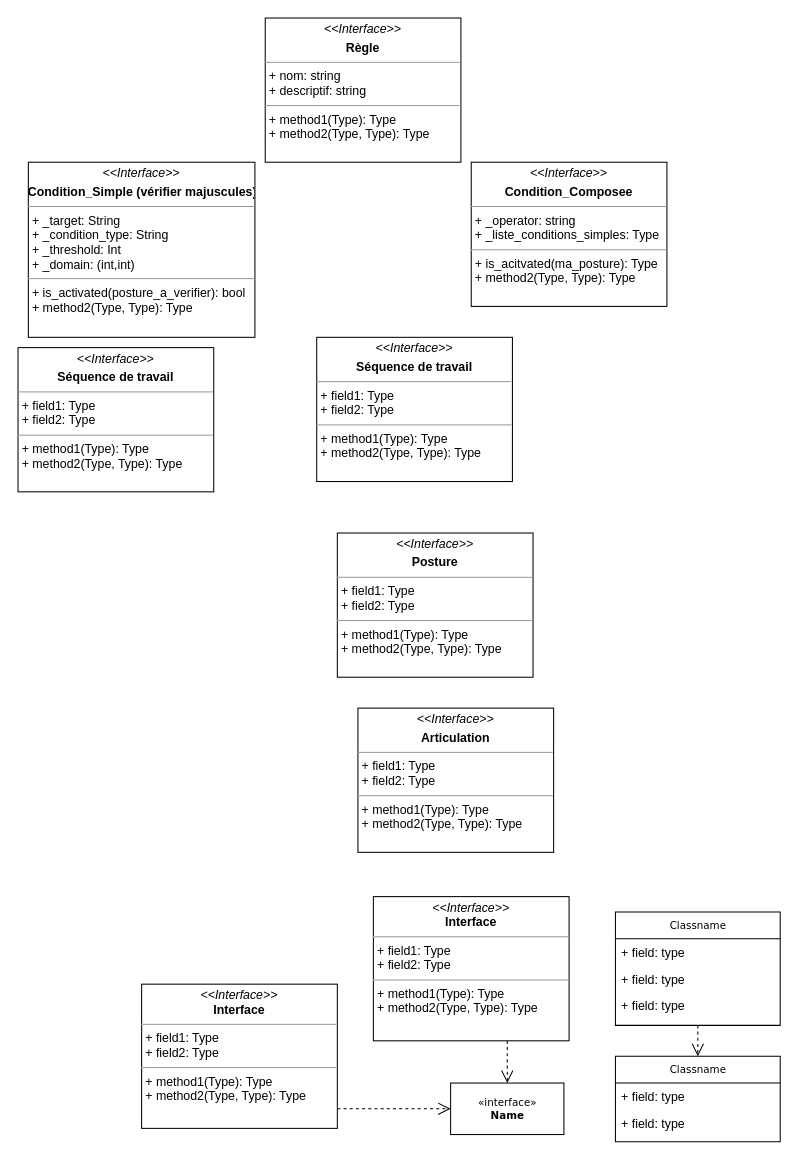
This is MiniPOO - diagramme de classe v3.drawio from lajoll1/MINI_POO222, a draw.io file, before an edit. Source tidied: cells renumbered, new cells numbered last; positions are measured from the earlier drawing's top-left corner, leaving out a move shared by most shapes. Both pictures are drawn from the tidied source at 103%, with x=0, y=0 at pixel (18, 18).
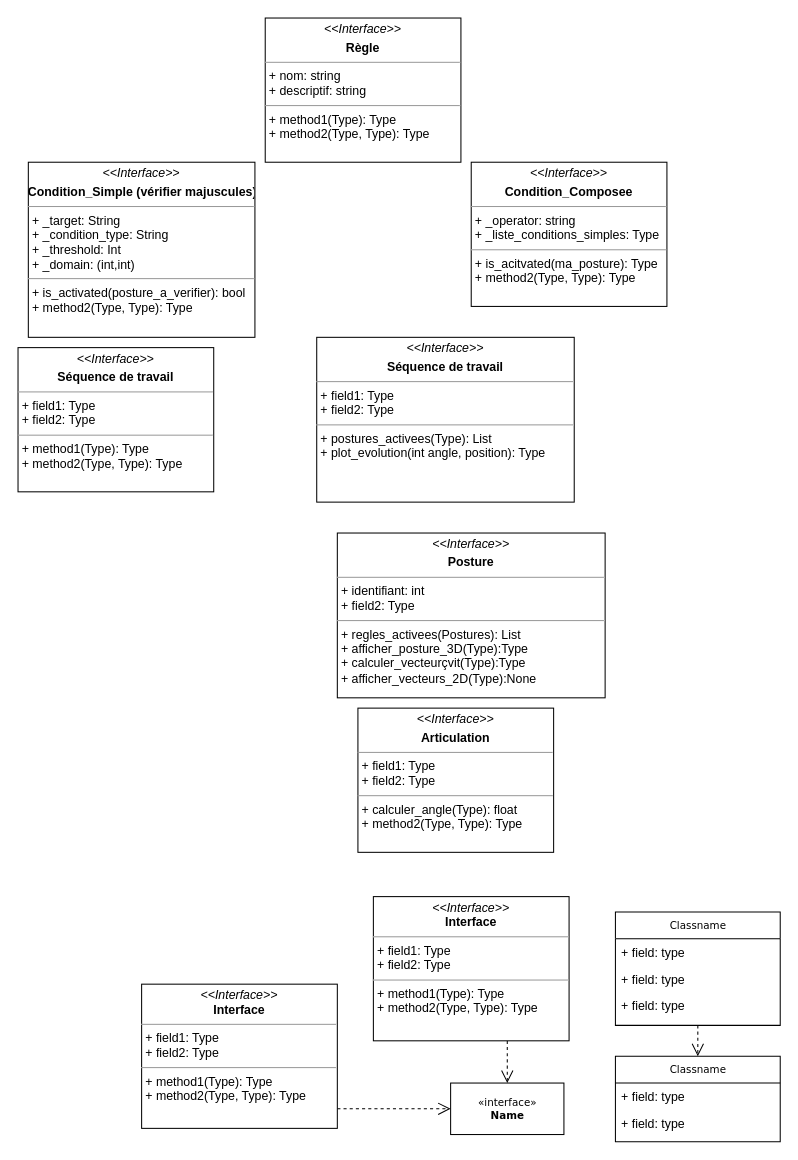
After the change.

Commit message:
Mettre à jour MiniPOO - diagramme de classe v3.drawio

Diff of the diagram source:
```diff
@@
-    <mxCell id="15" value="&lt;p style=&quot;margin:0px;margin-top:4px;text-align:center;&quot;&gt;&lt;i&gt;&amp;lt;&amp;lt;Interface&amp;gt;&amp;gt;&lt;/i&gt;&lt;b&gt;&lt;br&gt;&lt;/b&gt;&lt;/p&gt;&lt;p style=&quot;margin:0px;margin-top:4px;text-align:center;&quot;&gt;&lt;b&gt;Séquence de travail&lt;/b&gt;&lt;br&gt;&lt;/p&gt;&lt;hr size=&quot;1&quot;&gt;&lt;p style=&quot;margin:0px;margin-left:4px;&quot;&gt;+ field1: Type&lt;br&gt;+ field2: Type&lt;/p&gt;&lt;hr size=&quot;1&quot;&gt;&lt;p style=&quot;margin:0px;margin-left:4px;&quot;&gt;+ method1(Type): Type&lt;br&gt;+ method2(Type, Type): Type&lt;/p&gt;" style="verticalAlign=top;align=left;overflow=fill;fontSize=12;fontFamily=Helvetica;html=1;rounded=0;shadow=0;comic=0;labelBackgroundColor=none;strokeWidth=1;" parent="1" vertex="1">
-      <mxGeometry x="290" y="310" width="190" height="140" as="geometry" />
+    <mxCell id="15" value="&lt;p style=&quot;margin:0px;margin-top:4px;text-align:center;&quot;&gt;&lt;i&gt;&amp;lt;&amp;lt;Interface&amp;gt;&amp;gt;&lt;/i&gt;&lt;b&gt;&lt;br&gt;&lt;/b&gt;&lt;/p&gt;&lt;p style=&quot;margin:0px;margin-top:4px;text-align:center;&quot;&gt;&lt;b&gt;Séquence de travail&lt;/b&gt;&lt;br&gt;&lt;/p&gt;&lt;hr size=&quot;1&quot;&gt;&lt;p style=&quot;margin:0px;margin-left:4px;&quot;&gt;+ field1: Type&lt;br&gt;+ field2: Type&lt;/p&gt;&lt;hr size=&quot;1&quot;&gt;&lt;p style=&quot;margin:0px;margin-left:4px;&quot;&gt;+ postures_activees(Type): List&lt;br&gt;+ plot_evolution(int angle, position): Type&lt;br&gt;&lt;/p&gt;" style="verticalAlign=top;align=left;overflow=fill;fontSize=12;fontFamily=Helvetica;html=1;rounded=0;shadow=0;comic=0;labelBackgroundColor=none;strokeWidth=1;" parent="1" vertex="1">
+      <mxGeometry x="290" y="310" width="250" height="160" as="geometry" />
     </mxCell>
@@
-    <mxCell id="20" value="&lt;p style=&quot;margin:0px;margin-top:4px;text-align:center;&quot;&gt;&lt;i&gt;&amp;lt;&amp;lt;Interface&amp;gt;&amp;gt;&lt;/i&gt;&lt;b&gt;&lt;br&gt;&lt;/b&gt;&lt;/p&gt;&lt;p style=&quot;margin:0px;margin-top:4px;text-align:center;&quot;&gt;&lt;b&gt;Posture&lt;/b&gt;&lt;br&gt;&lt;/p&gt;&lt;hr size=&quot;1&quot;&gt;&lt;p style=&quot;margin:0px;margin-left:4px;&quot;&gt;+ field1: Type&lt;br&gt;+ field2: Type&lt;/p&gt;&lt;hr size=&quot;1&quot;&gt;&lt;p style=&quot;margin:0px;margin-left:4px;&quot;&gt;+ method1(Type): Type&lt;br&gt;+ method2(Type, Type): Type&lt;/p&gt;" style="verticalAlign=top;align=left;overflow=fill;fontSize=12;fontFamily=Helvetica;html=1;rounded=0;shadow=0;comic=0;labelBackgroundColor=none;strokeWidth=1;" parent="1" vertex="1">
-      <mxGeometry x="310" y="500" width="190" height="140" as="geometry" />
+    <mxCell id="20" value="&lt;p style=&quot;margin:0px;margin-top:4px;text-align:center;&quot;&gt;&lt;i&gt;&amp;lt;&amp;lt;Interface&amp;gt;&amp;gt;&lt;/i&gt;&lt;b&gt;&lt;br&gt;&lt;/b&gt;&lt;/p&gt;&lt;p style=&quot;margin:0px;margin-top:4px;text-align:center;&quot;&gt;&lt;b&gt;Posture&lt;/b&gt;&lt;br&gt;&lt;/p&gt;&lt;hr size=&quot;1&quot;&gt;&lt;p style=&quot;margin:0px;margin-left:4px;&quot;&gt;+ identifiant: int&lt;br&gt;+ field2: Type&lt;/p&gt;&lt;hr size=&quot;1&quot;&gt;&lt;p style=&quot;margin:0px;margin-left:4px;&quot;&gt;+ regles_activees(Postures): List&lt;br&gt;+ afficher_posture_3D(Type):Type&lt;/p&gt;&lt;p style=&quot;margin:0px;margin-left:4px;&quot;&gt;+ calculer_vecteurçvit(Type):Type&lt;/p&gt;&lt;p style=&quot;margin:0px;margin-left:4px;&quot;&gt;+ afficher_vecteurs_2D(Type):None&lt;br&gt;&lt;/p&gt;" style="verticalAlign=top;align=left;overflow=fill;fontSize=12;fontFamily=Helvetica;html=1;rounded=0;shadow=0;comic=0;labelBackgroundColor=none;strokeWidth=1;" parent="1" vertex="1">
+      <mxGeometry x="310" y="500" width="260" height="160" as="geometry" />
     </mxCell>
-    <mxCell id="21" value="&lt;p style=&quot;margin:0px;margin-top:4px;text-align:center;&quot;&gt;&lt;i&gt;&amp;lt;&amp;lt;Interface&amp;gt;&amp;gt;&lt;/i&gt;&lt;b&gt;&lt;br&gt;&lt;/b&gt;&lt;/p&gt;&lt;p style=&quot;margin:0px;margin-top:4px;text-align:center;&quot;&gt;&lt;b&gt;Articulation&lt;/b&gt;&lt;br&gt;&lt;/p&gt;&lt;hr size=&quot;1&quot;&gt;&lt;p style=&quot;margin:0px;margin-left:4px;&quot;&gt;+ field1: Type&lt;br&gt;+ field2: Type&lt;/p&gt;&lt;hr size=&quot;1&quot;&gt;&lt;p style=&quot;margin:0px;margin-left:4px;&quot;&gt;+ method1(Type): Type&lt;br&gt;+ method2(Type, Type): Type&lt;/p&gt;" style="verticalAlign=top;align=left;overflow=fill;fontSize=12;fontFamily=Helvetica;html=1;rounded=0;shadow=0;comic=0;labelBackgroundColor=none;strokeWidth=1;" parent="1" vertex="1">
+    <mxCell id="21" value="&lt;p style=&quot;margin:0px;margin-top:4px;text-align:center;&quot;&gt;&lt;i&gt;&amp;lt;&amp;lt;Interface&amp;gt;&amp;gt;&lt;/i&gt;&lt;b&gt;&lt;br&gt;&lt;/b&gt;&lt;/p&gt;&lt;p style=&quot;margin:0px;margin-top:4px;text-align:center;&quot;&gt;&lt;b&gt;Articulation&lt;/b&gt;&lt;br&gt;&lt;/p&gt;&lt;hr size=&quot;1&quot;&gt;&lt;p style=&quot;margin:0px;margin-left:4px;&quot;&gt;+ field1: Type&lt;br&gt;+ field2: Type&lt;/p&gt;&lt;hr size=&quot;1&quot;&gt;&lt;p style=&quot;margin:0px;margin-left:4px;&quot;&gt;+ calculer_angle(Type): float&lt;br&gt;+ method2(Type, Type): Type&lt;/p&gt;" style="verticalAlign=top;align=left;overflow=fill;fontSize=12;fontFamily=Helvetica;html=1;rounded=0;shadow=0;comic=0;labelBackgroundColor=none;strokeWidth=1;" parent="1" vertex="1">
       <mxGeometry x="330" y="670" width="190" height="140" as="geometry" />
     </mxCell>
```
